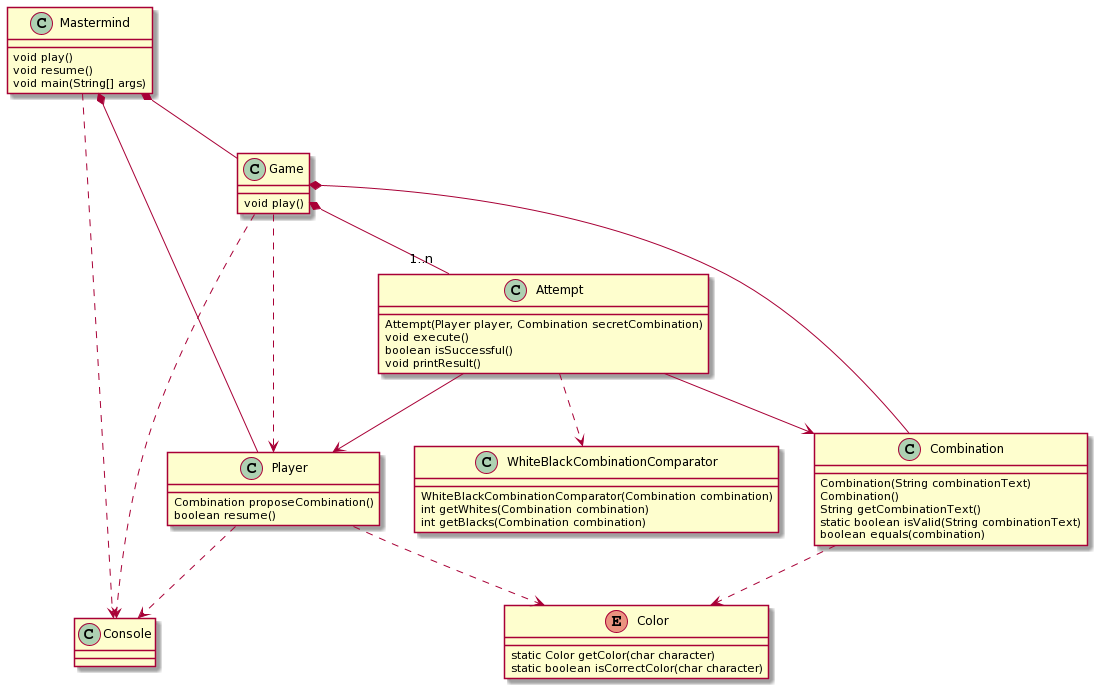
The PlantUML diagram mastermind.png in Master-Desarrollo-20-21/diseno-oo-ejercicio2-mastermind-document-view-gonzalogmn, before a commit.
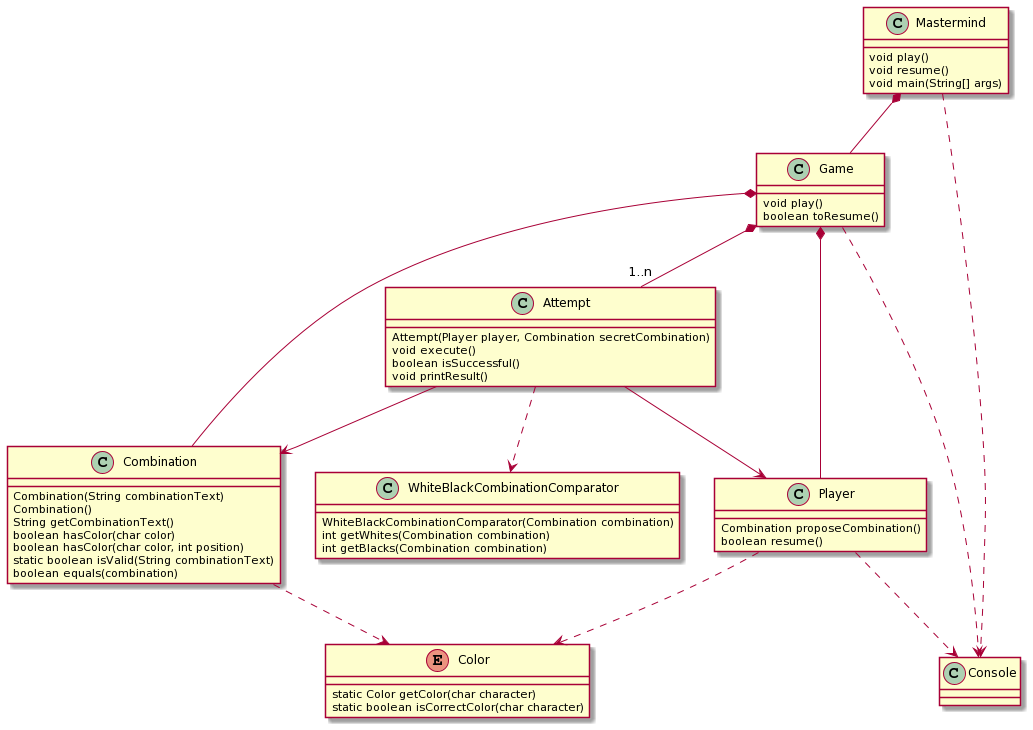
The same file after the commit.

What changed in the source:
```diff
@@ -7,6 +7,7 @@
 
 class Game {
     void play()
+    boolean toResume()
 }
 
 class Player {
@@ -26,6 +27,8 @@
     Combination(String combinationText)
     Combination()
     String getCombinationText()
+    boolean hasColor(char color)
+    boolean hasColor(char color, int position)
     static boolean isValid(String combinationText)
     boolean equals(combination)
 }
@@ -46,12 +49,11 @@
 }
 
 
-Mastermind *-- Player
 Mastermind *-- Game
 
 Game *-- "1..n" Attempt
 Game *-- Combination
-Game ..> Player
+Game *-- Player
 Game ..> Console
 
 Attempt ..> WhiteBlackCombinationComparator
```
